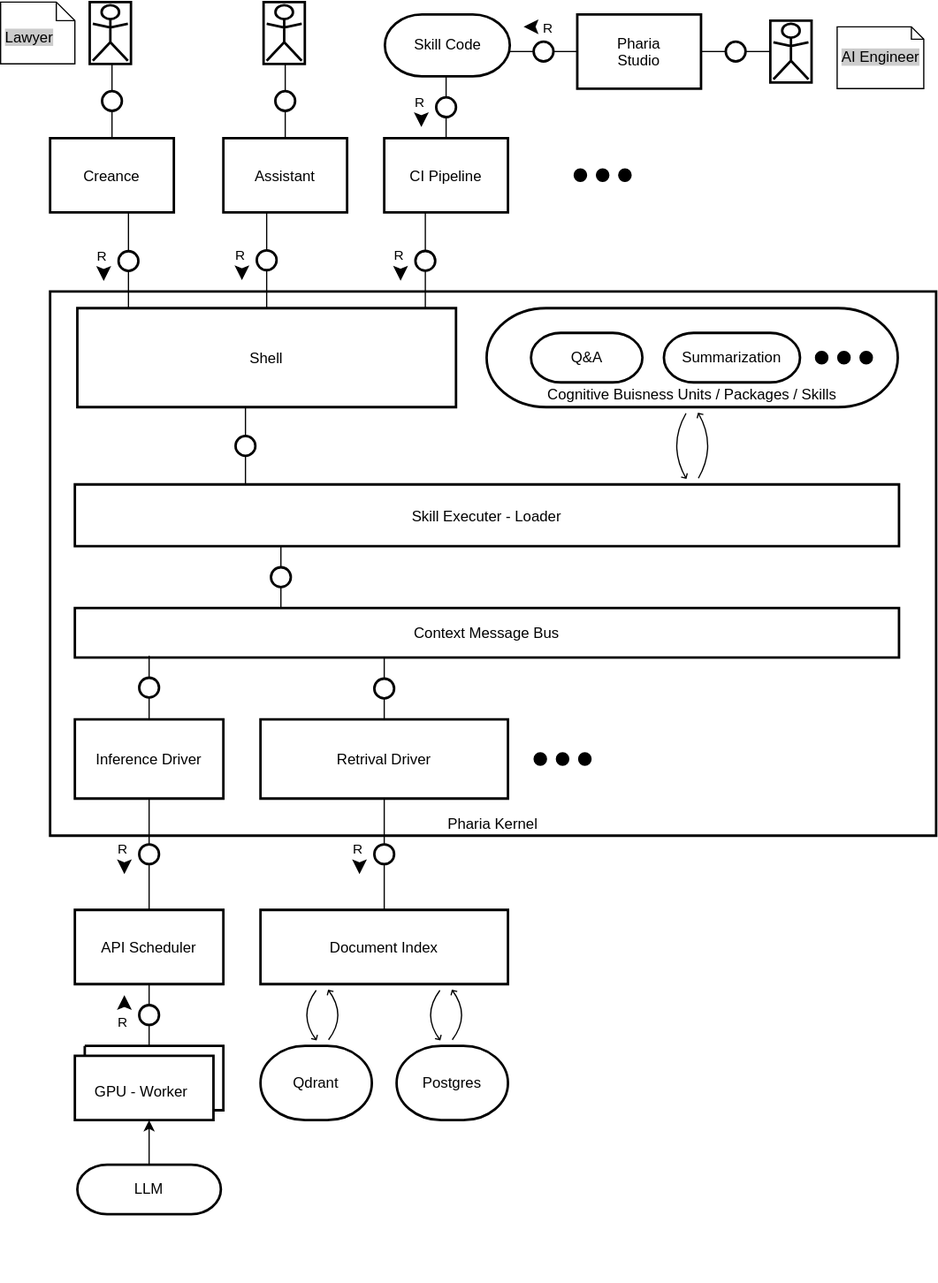
Aleph-Alpha/pharia-engine keeps this draw.io diagram as tam/kernel-block.drawio.svg. Above is the earlier version. Source tidied: cells renumbered, new cells last; positions are measured from the earlier drawing's top-left corner, leaving out a move shared by most shapes.
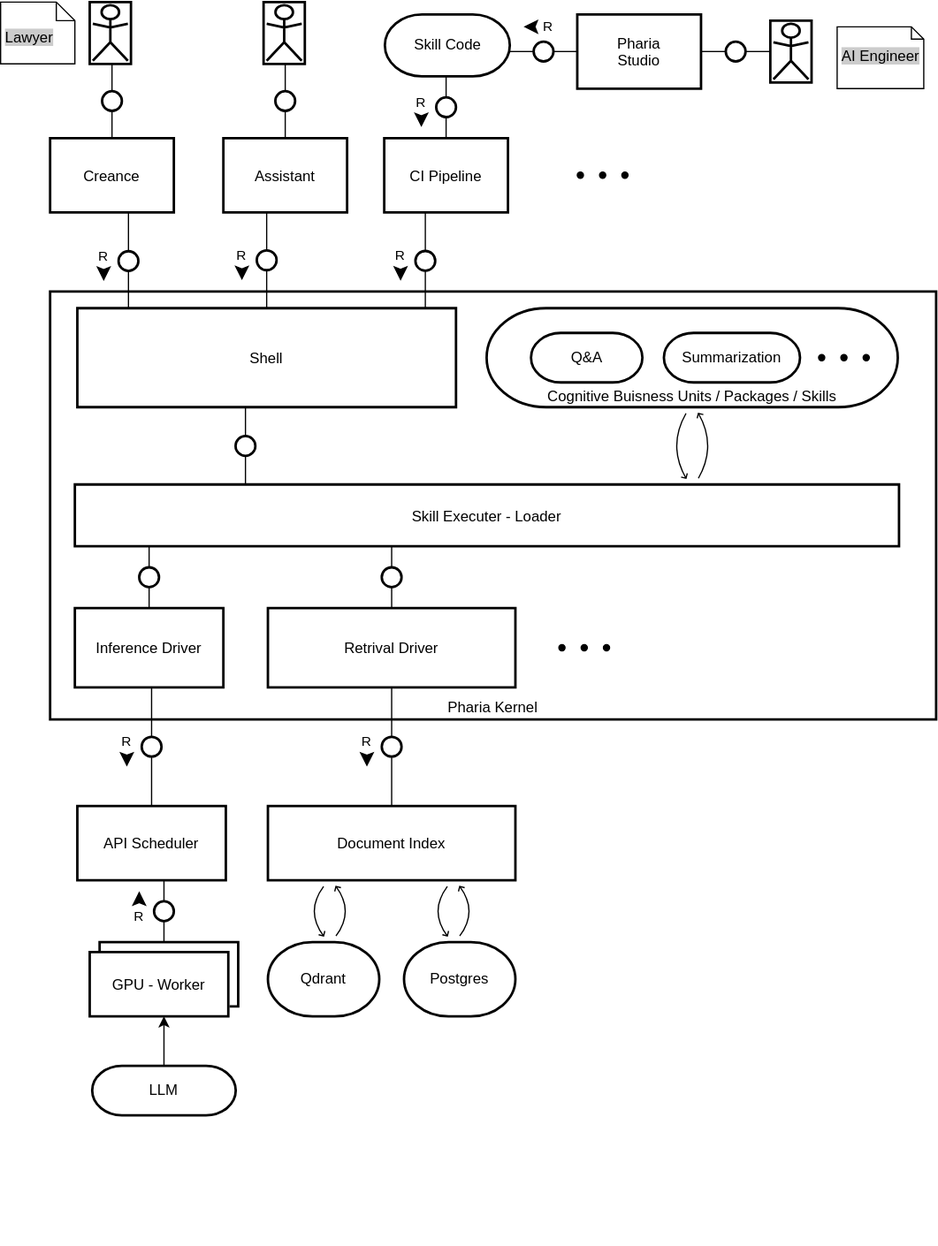
The same diagram one commit later.

Commit message:
update kernel block diagram

Diff of the diagram source:
```diff
@@ -3,10 +3,10 @@
     <mxCell id="0" />
     <mxCell id="1" parent="0" />
     <mxCell id="2" value="Pharia Kernel" style="shape=agent;offsetSize=8;strokeWidth=2;verticalAlign=bottom;" parent="1" vertex="1">
-      <mxGeometry x="40" y="234" width="716" height="440" as="geometry" />
+      <mxGeometry x="40" y="234" width="716" height="346" as="geometry" />
     </mxCell>
     <mxCell id="3" value="Best viewed with the &lt;a href=&quot;https://github.com/ariel-bentu/tam-drawio&quot;&gt;TAM plugin&lt;/a&gt;" style="text;html=1;shape=tamPluginMissing;" parent="1" vertex="1">
-      <mxGeometry x="278" y="1010" width="200" height="25" as="geometry" />
+      <mxGeometry x="278" y="980" width="200" height="25" as="geometry" />
     </mxCell>
     <mxCell id="4" value="Creance" style="shape=agent;offsetSize=8;strokeWidth=2;" parent="1" vertex="1">
       <mxGeometry x="40" y="110" width="100" height="60" as="geometry" />
@@ -27,21 +27,15 @@
       <mxGeometry x="62" y="247.5" width="306" height="80" as="geometry" />
     </mxCell>
     <mxCell id="10" value="Inference Driver" style="shape=agent;offsetSize=8;strokeWidth=2;" parent="1" vertex="1">
-      <mxGeometry x="60" y="580" width="120" height="64" as="geometry" />
+      <mxGeometry x="60" y="490" width="120" height="64" as="geometry" />
     </mxCell>
-    <mxCell id="11" value="Context Message Bus" style="shape=agent;offsetSize=8;strokeWidth=2;" parent="1" vertex="1">
-      <mxGeometry x="60" y="490" width="666" height="40" as="geometry" />
-    </mxCell>
     <mxCell id="12" value="Skill Executer - Loader" style="shape=agent;offsetSize=8;strokeWidth=2;verticalAlign=middle;" parent="1" vertex="1">
       <mxGeometry x="60" y="390" width="666" height="50" as="geometry" />
     </mxCell>
     <mxCell id="13" style="shape=useedge;vertical=true;edgeStyle=none;endArrow=none;useSignPosition=left;useSignDirection=none;entryX=0.5;entryY=1;entryDx=0;entryDy=0;exitX=0.207;exitY=0.004;exitDx=0;exitDy=0;exitPerimeter=0;" parent="1" edge="1" source="12" target="9">
       <mxGeometry relative="1" as="geometry" />
     </mxCell>
-    <mxCell id="14" style="shape=useedge;vertical=true;edgeStyle=none;endArrow=none;useSignPosition=left;useSignDirection=none;entryX=0.25;entryY=1;entryDx=0;entryDy=0;exitX=0.25;exitY=0;exitDx=0;exitDy=0;" parent="1" edge="1" source="11" target="12">
-      <mxGeometry relative="1" as="geometry" />
-    </mxCell>
-    <mxCell id="15" style="shape=useedge;vertical=true;edgeStyle=none;endArrow=none;useSignPosition=left;useSignDirection=none;entryX=0.153;entryY=0.965;entryDx=0;entryDy=0;exitX=0.5;exitY=0;exitDx=0;exitDy=0;entryPerimeter=0;" parent="1" edge="1" source="10" target="11">
+    <mxCell id="15" style="shape=useedge;vertical=true;edgeStyle=none;endArrow=none;useSignPosition=left;useSignDirection=none;exitX=0.5;exitY=0;exitDx=0;exitDy=0;" parent="1" edge="1" source="10" target="12">
       <mxGeometry relative="1" as="geometry" />
     </mxCell>
     <mxCell id="16" style="shape=updateedge;endArrow=none;vertical=true;entryX=0.75;entryY=0;entryDx=0;entryDy=0;exitX=0.5;exitY=1;exitDx=0;exitDy=0;" parent="1" edge="1" source="17" target="12">
@@ -60,16 +54,16 @@
       <mxGeometry x="656" y="280" width="55" height="15" as="geometry" />
     </mxCell>
     <mxCell id="21" value="Retrival Driver" style="shape=agent;offsetSize=8;strokeWidth=2;" parent="1" vertex="1">
-      <mxGeometry x="210" y="580" width="200" height="64" as="geometry" />
+      <mxGeometry x="216" y="490" width="200" height="64" as="geometry" />
     </mxCell>
-    <mxCell id="22" style="shape=useedge;vertical=true;edgeStyle=none;endArrow=none;useSignPosition=left;useSignDirection=none;entryX=0.5;entryY=1;entryDx=0;entryDy=0;exitX=0.5;exitY=0;exitDx=0;exitDy=0;" parent="1" edge="1" source="21" target="11">
+    <mxCell id="22" style="shape=useedge;vertical=true;edgeStyle=none;endArrow=none;useSignPosition=left;useSignDirection=none;exitX=0.5;exitY=0;exitDx=0;exitDy=0;" parent="1" edge="1" source="21" target="12">
       <mxGeometry relative="1" as="geometry" />
     </mxCell>
     <mxCell id="23" value="API Scheduler" style="shape=agent;offsetSize=8;strokeWidth=2;" parent="1" vertex="1">
-      <mxGeometry x="60" y="734" width="120" height="60" as="geometry" />
+      <mxGeometry x="62" y="650" width="120" height="60" as="geometry" />
     </mxCell>
     <mxCell id="24" value="GPU - Worker" style="shape=agent;offsetSize=8;strokeWidth=2;multiple=true;" parent="1" vertex="1">
-      <mxGeometry x="60" y="844" width="120" height="60" as="geometry" />
+      <mxGeometry x="72" y="760" width="120" height="60" as="geometry" />
     </mxCell>
     <mxCell id="25" style="shape=useedge;vertical=true;edgeStyle=none;endArrow=none;useSignPosition=left;useSignDirection=north;entryX=0.5;entryY=1;entryDx=0;entryDy=0;exitX=0.5;exitY=0;exitDx=0;exitDy=0;" parent="1" edge="1" source="24" target="23">
       <mxGeometry relative="1" as="geometry" />
@@ -78,22 +72,22 @@
       <mxGeometry relative="1" as="geometry" />
     </mxCell>
     <mxCell id="27" value="Document Index" style="shape=agent;offsetSize=8;strokeWidth=2;" parent="1" vertex="1">
-      <mxGeometry x="210" y="734" width="200" height="60" as="geometry" />
+      <mxGeometry x="216" y="650" width="200" height="60" as="geometry" />
     </mxCell>
     <mxCell id="28" style="shape=dot3;" parent="1" vertex="1">
-      <mxGeometry x="428.6" y="604.5" width="55" height="15" as="geometry" />
+      <mxGeometry x="446.1" y="514.5" width="55" height="15" as="geometry" />
     </mxCell>
     <mxCell id="29" style="shape=useedge;vertical=true;edgeStyle=none;endArrow=none;useSignPosition=left;useSignDirection=south;entryX=0.5;entryY=1;entryDx=0;entryDy=0;exitX=0.5;exitY=0;exitDx=0;exitDy=0;" parent="1" edge="1" source="27" target="21">
       <mxGeometry relative="1" as="geometry" />
     </mxCell>
     <mxCell id="30" value="Qdrant" style="rounded=1;whiteSpace=wrap;html=1;arcSize=60;strokeWidth=2;" parent="1" vertex="1">
-      <mxGeometry x="210" y="844" width="90" height="60" as="geometry" />
+      <mxGeometry x="216" y="760" width="90" height="60" as="geometry" />
     </mxCell>
     <mxCell id="31" style="shape=updateedge;endArrow=none;vertical=true;exitX=0.25;exitY=1;exitDx=0;exitDy=0;entryX=0.5;entryY=0;entryDx=0;entryDy=0;" parent="1" edge="1" source="27" target="30">
       <mxGeometry relative="1" as="geometry" />
     </mxCell>
     <mxCell id="32" value="Postgres" style="rounded=1;whiteSpace=wrap;html=1;arcSize=60;strokeWidth=2;" parent="1" vertex="1">
-      <mxGeometry x="320" y="844" width="90" height="60" as="geometry" />
+      <mxGeometry x="326" y="760" width="90" height="60" as="geometry" />
     </mxCell>
     <mxCell id="33" style="shape=updateedge;endArrow=none;vertical=true;exitX=0.75;exitY=1;exitDx=0;exitDy=0;entryX=0.5;entryY=0;entryDx=0;entryDy=0;" parent="1" edge="1" source="27" target="32">
       <mxGeometry relative="1" as="geometry" />
@@ -114,7 +108,7 @@
       <mxGeometry relative="1" as="geometry" />
     </mxCell>
     <mxCell id="39" value="LLM" style="rounded=1;whiteSpace=wrap;html=1;arcSize=60;strokeWidth=2;" parent="1" vertex="1">
-      <mxGeometry x="62" y="940" width="116" height="40" as="geometry" />
+      <mxGeometry x="74" y="860" width="116" height="40" as="geometry" />
     </mxCell>
     <mxCell id="40" style="edgeStyle=elbowEdgeStyle;html=1;labelBackgroundColor=none;rounded=0;elbow=vertical;endArrow=classic;endFill=1;align=center;exitX=0.5;exitY=0;exitDx=0;exitDy=0;entryX=0.5;entryY=1;entryDx=0;entryDy=0;" parent="1" edge="1" source="39" target="24">
       <mxGeometry relative="1" as="geometry" />
```
